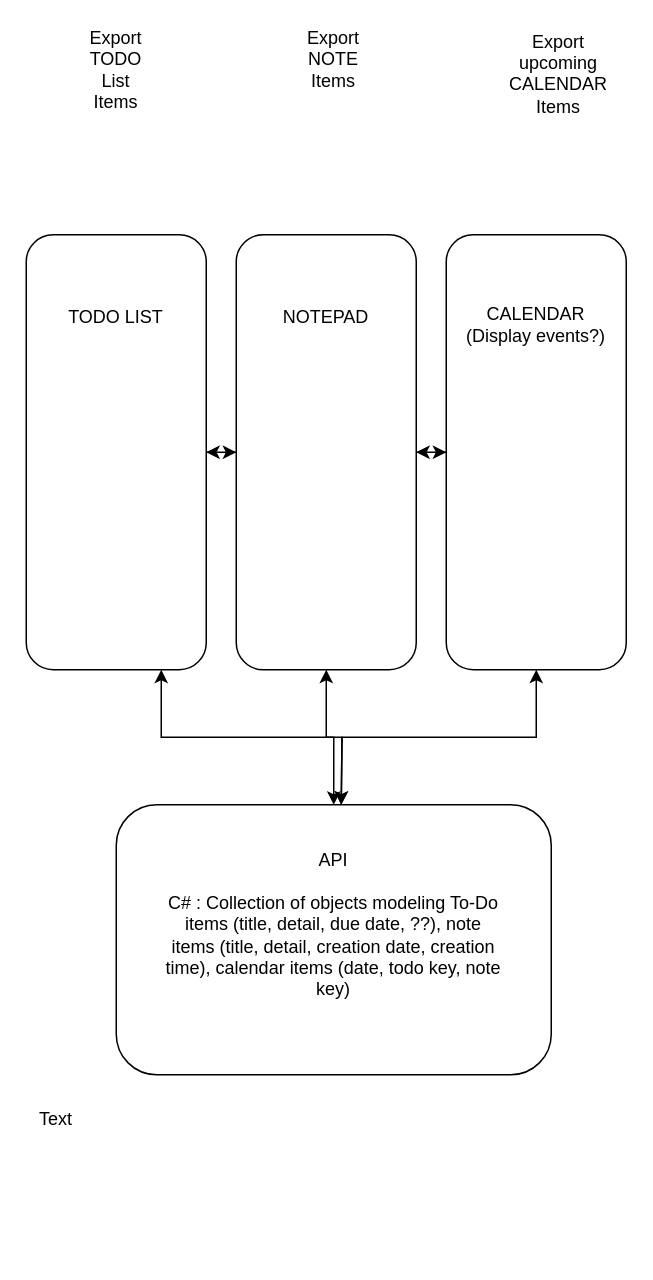
The draw.io diagram Untitled Diagram.drawio in bjhuot/Listio, before the edit. Source tidied: cells renumbered, new cells numbered last; positions are measured from the earlier drawing's top-left corner, leaving out a move shared by most shapes. Both pictures are drawn from the tidied source at 150%, with x=0, y=0 at pixel (26, 54).
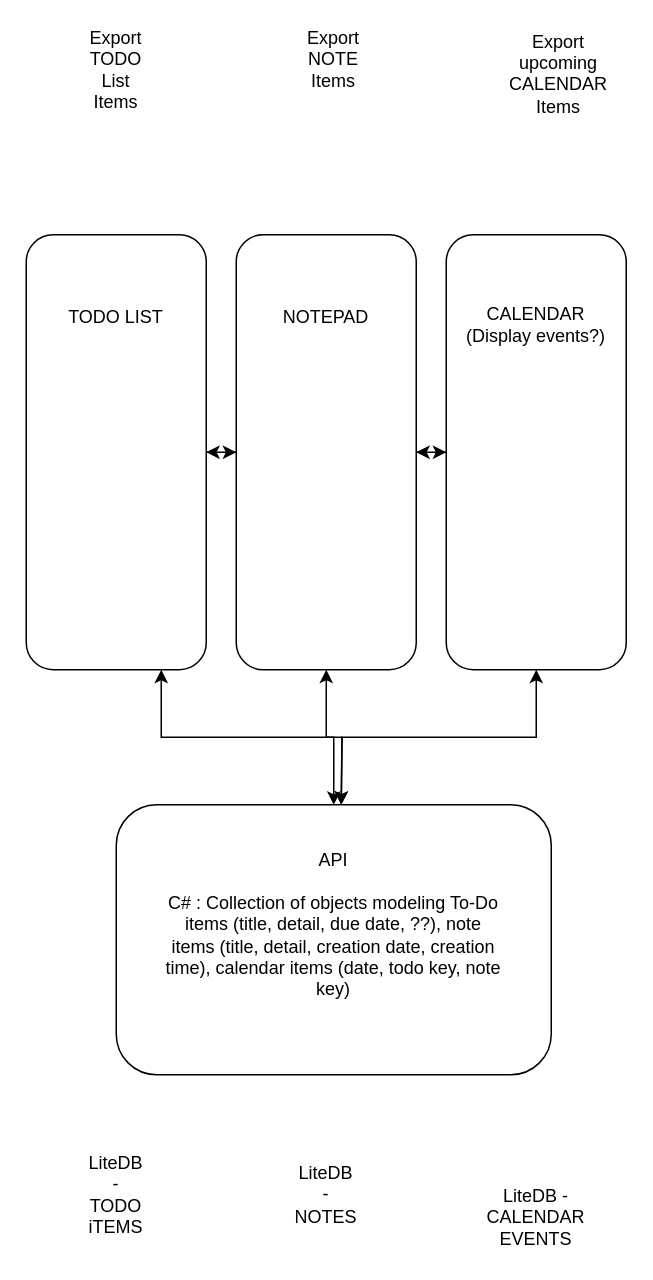
The same diagram, later.

What changed in the source:
```diff
@@
-    <mxCell id="16" value="Text" style="text;html=1;strokeColor=none;fillColor=none;align=center;verticalAlign=middle;whiteSpace=wrap;rounded=0;" parent="1" vertex="1">
-      <mxGeometry y="700" width="40" height="20" as="geometry" />
+    <mxCell id="16" value="LiteDB - TODO iTEMS&lt;br&gt;" style="text;html=1;strokeColor=none;fillColor=none;align=center;verticalAlign=middle;whiteSpace=wrap;rounded=0;" parent="1" vertex="1">
+      <mxGeometry x="40" y="750" width="40" height="20" as="geometry" />
     </mxCell>
@@
+    <mxCell id="20" value="LiteDB - NOTES" style="text;html=1;strokeColor=none;fillColor=none;align=center;verticalAlign=middle;whiteSpace=wrap;rounded=0;" parent="1" vertex="1">
+      <mxGeometry x="180" y="750" width="40" height="20" as="geometry" />
+    </mxCell>
+    <mxCell id="21" value="LiteDB - CALENDAR EVENTS" style="text;html=1;strokeColor=none;fillColor=none;align=center;verticalAlign=middle;whiteSpace=wrap;rounded=0;" parent="1" vertex="1">
+      <mxGeometry x="300" y="750" width="80" height="50" as="geometry" />
+    </mxCell>
```
